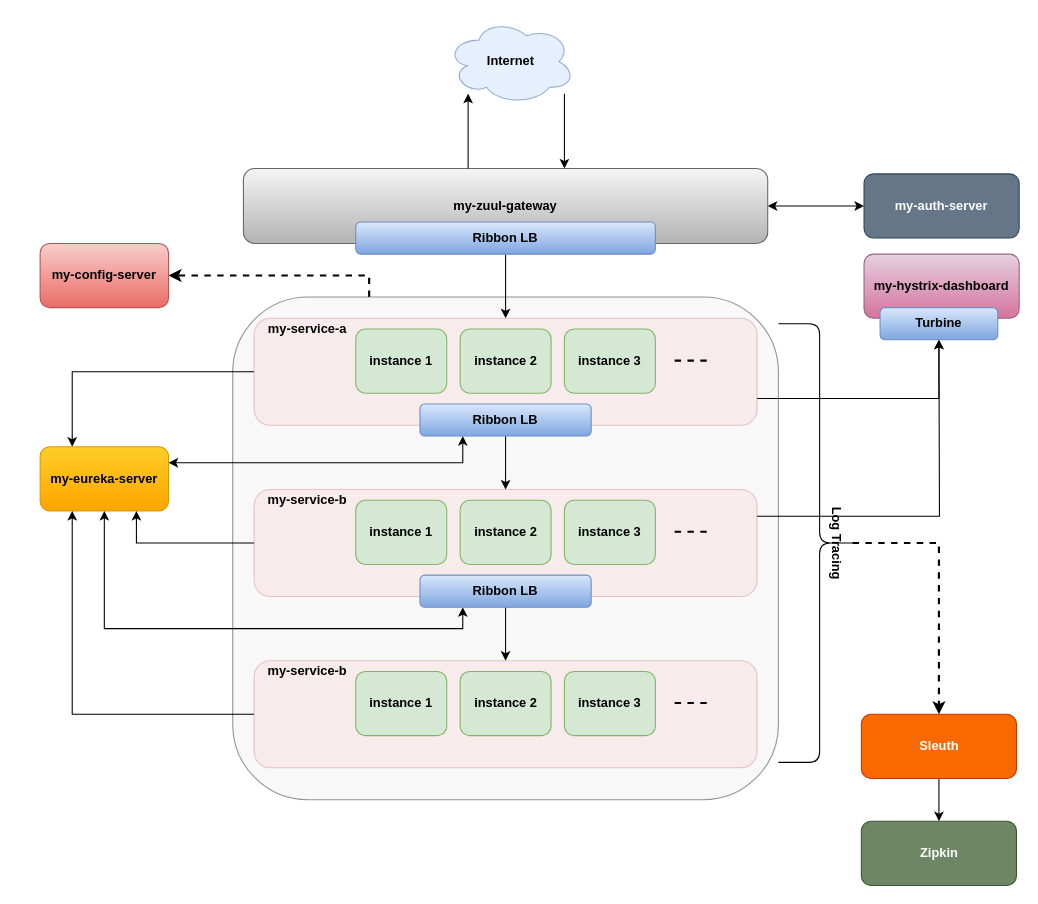
Above: screenshot/microservice_architecture.drawio in Hitman007IN/build-microservice-with-spring-cloud-netflixoss (draw.io), before the change. Source tidied: cells renumbered, new cells numbered last; positions are measured from the earlier drawing's top-left corner, leaving out a move shared by most shapes. Both pictures are drawn from the tidied source at 107%, with x=0, y=0 at pixel (40, 18).
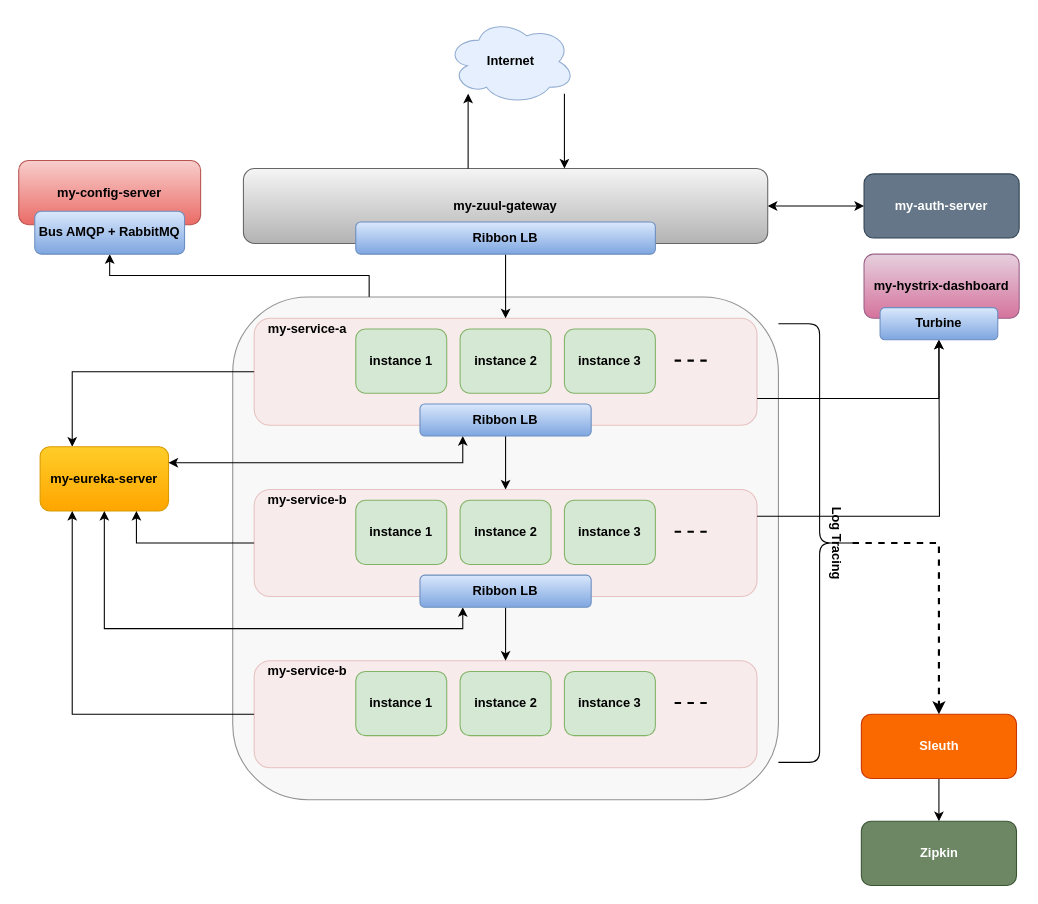
The same page after the edit.

The change refers to these unchanged cells:
```xml
<mxCell id="3" style="rounded=1;whiteSpace=wrap;html=1;opacity=70;fillColor=#f5f5f5;strokeColor=#666666;fontColor=#333333;" parent="1" vertex="1">
  <mxGeometry x="180" y="260" width="510" height="470" as="geometry" />
</mxCell>
```

What changed in the source:
```diff
@@
-    <mxCell id="2" style="edgeStyle=orthogonalEdgeStyle;rounded=0;jettySize=auto;html=1;exitX=0.25;exitY=0;exitDx=0;exitDy=0;entryX=1;entryY=0.5;entryDx=0;entryDy=0;dashed=1;startArrow=none;startFill=0;strokeWidth=2;" parent="1" edge="1" source="3" target="39">
-      <mxGeometry relative="1" as="geometry" />
-    </mxCell>
+    <mxCell id="51" style="edgeStyle=orthogonalEdgeStyle;rounded=0;jettySize=auto;html=1;exitX=0.25;exitY=0;exitDx=0;exitDy=0;entryX=0.5;entryY=1;entryDx=0;entryDy=0;" parent="1" edge="1" source="3" target="52">
+      <mxGeometry relative="1" as="geometry" />
+    </mxCell>
@@
     <mxCell id="39" value="&lt;b&gt;my-config-server&lt;/b&gt;" style="rounded=1;whiteSpace=wrap;html=1;fillColor=#f8cecc;strokeColor=#b85450;gradientColor=#ea6b66;" parent="1" vertex="1">
-      <mxGeometry y="210" width="120" height="60" as="geometry" />
+      <mxGeometry x="-20" y="132.5" width="170" height="60" as="geometry" />
     </mxCell>
@@
+    <mxCell id="52" value="&lt;b&gt;Bus AMQP + RabbitMQ&lt;/b&gt;" style="rounded=1;whiteSpace=wrap;html=1;fillColor=#dae8fc;strokeColor=#6c8ebf;gradientColor=#7ea6e0;rotation=0;" parent="1" vertex="1">
+      <mxGeometry x="-5" y="180" width="140" height="40" as="geometry" />
+    </mxCell>
```
